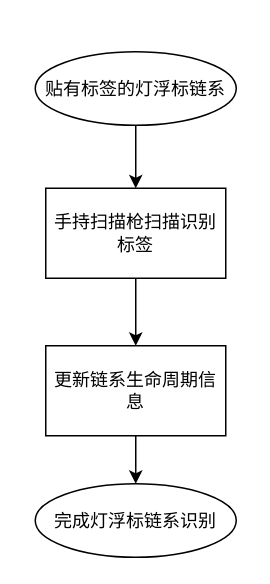
The draw.io diagram page "第 6 页" (6 of 6) of Untitled Diagram.drawio in 152056212/OS, before the edit. Source tidied: cells renumbered, new cells numbered last; positions are measured from the earlier drawing's top-left corner, leaving out a move shared by most shapes. Both pictures are drawn from the tidied source at 150%, with x=0, y=0 at pixel (34, 51).
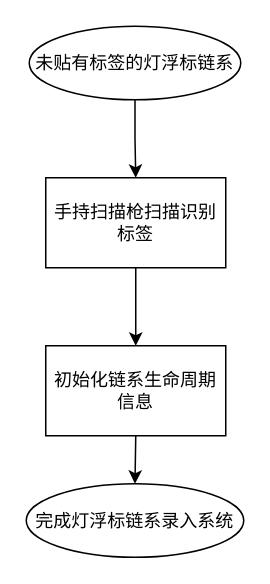
Above is the later version.

Diff of the diagram source:
```diff
@@
 <mxGraphModel>
   <root>
     <mxCell id="0" />
     <mxCell id="1" parent="0" />
     <mxCell id="2" style="edgeStyle=orthogonalEdgeStyle;rounded=0;jettySize=auto;html=1;exitX=0.5;exitY=1;exitDx=0;exitDy=0;exitPerimeter=0;entryX=0.5;entryY=0;entryDx=0;entryDy=0;fontFamily=宋体;" parent="1" edge="1" source="3" target="5">
       <mxGeometry relative="1" as="geometry" />
     </mxCell>
-    <mxCell id="3" value="贴有标签的灯浮标链系" style="strokeWidth=1;html=1;shape=mxgraph.flowchart.start_1;whiteSpace=wrap;fontFamily=宋体;" parent="1" vertex="1">
-      <mxGeometry width="134" height="49" as="geometry" />
+    <mxCell id="3" value="未贴有标签的灯浮标链系" style="strokeWidth=1;html=1;shape=mxgraph.flowchart.start_1;whiteSpace=wrap;fontFamily=宋体;" parent="1" vertex="1">
+      <mxGeometry x="-4" y="-17" width="141" height="49" as="geometry" />
     </mxCell>
     <mxCell id="4" style="edgeStyle=orthogonalEdgeStyle;rounded=0;jettySize=auto;html=1;exitX=0.5;exitY=1;exitDx=0;exitDy=0;entryX=0.5;entryY=0;entryDx=0;entryDy=0;fontFamily=宋体;" parent="1" edge="1" source="5" target="7">
       <mxGeometry relative="1" as="geometry" />
     </mxCell>
     <mxCell id="5" value="手持扫描枪扫描识别标签" style="rounded=0;whiteSpace=wrap;html=1;strokeWidth=1;fontFamily=宋体;" parent="1" vertex="1">
-      <mxGeometry x="7" y="91" width="120" height="60" as="geometry" />
+      <mxGeometry x="7" y="84" width="120" height="60" as="geometry" />
     </mxCell>
     <mxCell id="6" style="edgeStyle=orthogonalEdgeStyle;rounded=0;jettySize=auto;html=1;exitX=0.5;exitY=1;exitDx=0;exitDy=0;entryX=0.5;entryY=0;entryDx=0;entryDy=0;entryPerimeter=0;fontFamily=宋体;" parent="1" edge="1" source="7" target="8">
       <mxGeometry relative="1" as="geometry" />
     </mxCell>
-    <mxCell id="7" value="更新链系生命周期信息" style="rounded=0;whiteSpace=wrap;html=1;strokeWidth=1;fontFamily=宋体;" parent="1" vertex="1">
+    <mxCell id="7" value="初始化链系生命周期信息" style="rounded=0;whiteSpace=wrap;html=1;strokeWidth=1;fontFamily=宋体;" parent="1" vertex="1">
       <mxGeometry x="7" y="196" width="120" height="60" as="geometry" />
     </mxCell>
-    <mxCell id="8" value="完成灯浮标链系识别" style="strokeWidth=1;html=1;shape=mxgraph.flowchart.start_1;whiteSpace=wrap;fontFamily=宋体;" parent="1" vertex="1">
-      <mxGeometry y="288" width="134" height="49" as="geometry" />
+    <mxCell id="8" value="完成灯浮标链系录入系统" style="strokeWidth=1;html=1;shape=mxgraph.flowchart.start_1;whiteSpace=wrap;fontFamily=宋体;" parent="1" vertex="1">
+      <mxGeometry x="-6" y="288" width="145" height="49" as="geometry" />
     </mxCell>
   </root>
 </mxGraphModel>
```
